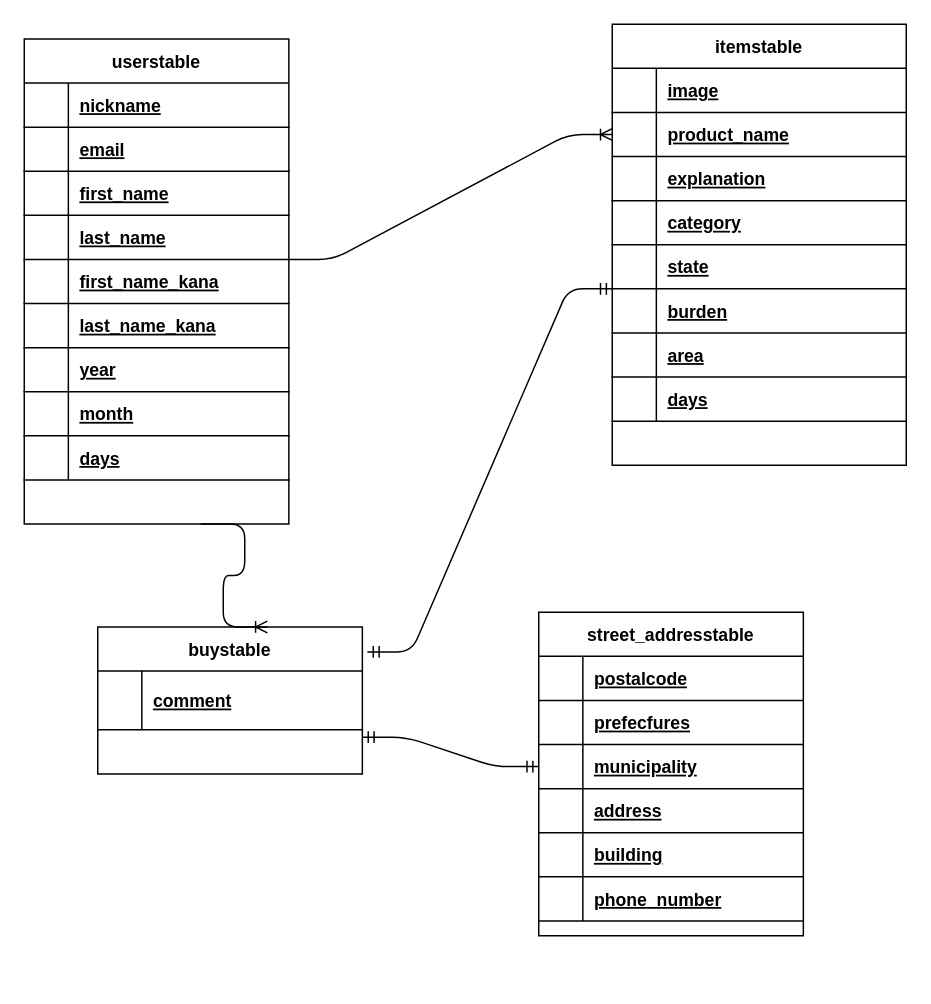
fujisakiyuu/furima-33487 keeps this draw.io diagram as test.dio. Above is the earlier version. Source tidied: cells renumbered, new cells numbered last; positions are measured from the earlier drawing's top-left corner, leaving out a move shared by most shapes. Both pictures are drawn from the tidied source at 147%, with x=0, y=0 at pixel (24, 24).
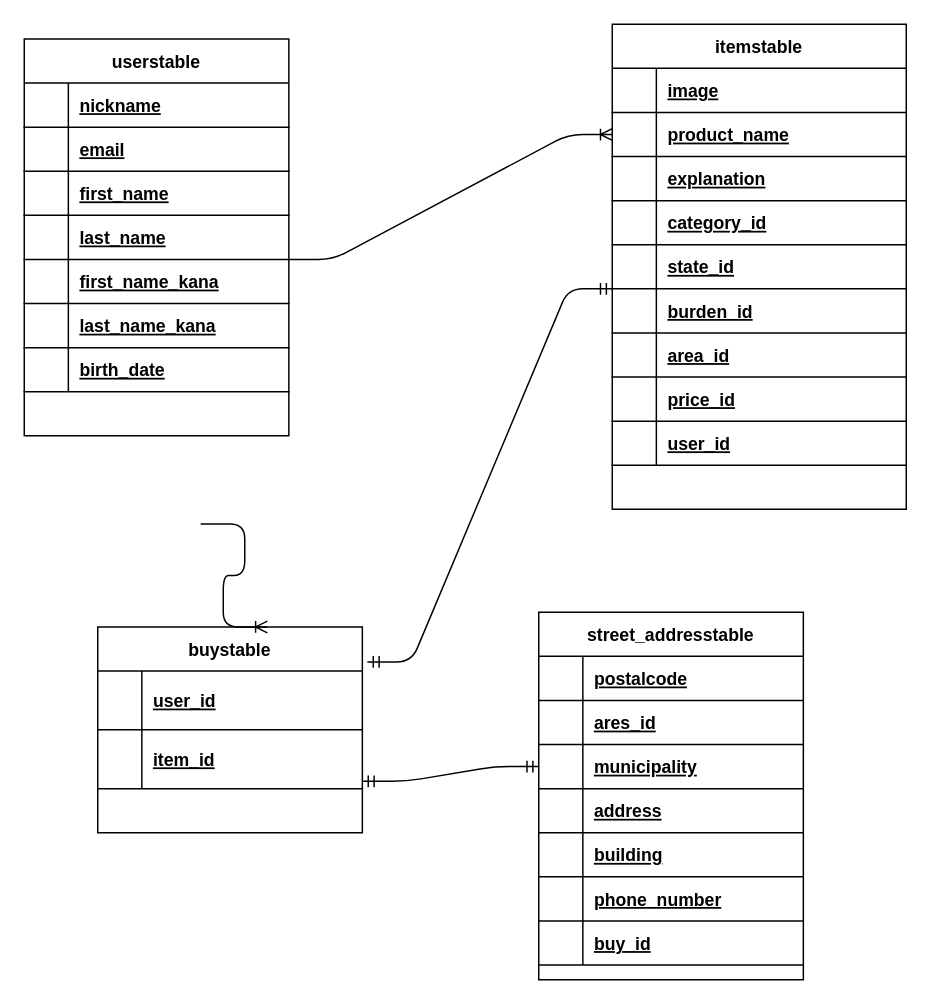
The same page after the edit.

The change refers to these unchanged cells:
```xml
<mxCell id="12" style="shape=partialRectangle;fillColor=none;top=0;left=0;bottom=1;right=0;" parent="2" vertex="1">
  <mxGeometry y="120" width="200" height="30" as="geometry" />
</mxCell>
<mxCell id="15" style="shape=partialRectangle;fillColor=none;top=0;left=0;bottom=1;right=0;" parent="2" vertex="1">
  <mxGeometry y="150" width="200" height="30" as="geometry" />
</mxCell>
<mxCell id="18" style="shape=partialRectangle;fillColor=none;top=0;left=0;bottom=1;right=0;points=[[0,0.5],[1,0.5]];portConstraint=eastwest;" parent="2" vertex="1">
  <mxGeometry y="180" width="200" height="30" as="geometry" />
</mxCell>
<mxCell id="21" style="shape=partialRectangle;fillColor=none;top=0;left=0;bottom=1;right=0;" parent="2" vertex="1">
  <mxGeometry y="210" width="200" height="30" as="geometry" />
</mxCell>
<mxCell id="24" style="shape=partialRectangle;fillColor=none;top=0;left=0;bottom=1;right=0;" parent="2" vertex="1">
  <mxGeometry y="240" width="200" height="30" as="geometry" />
</mxCell>
<mxCell id="46" style="shape=partialRectangle;fillColor=none;top=0;left=0;bottom=1;right=0;" parent="27" vertex="1">
  <mxGeometry y="210" width="180" height="30" as="geometry" />
</mxCell>
<mxCell id="57" style="shape=partialRectangle;fillColor=none;top=0;left=0;bottom=1;right=0;" parent="56" vertex="1">
  <mxGeometry y="30" width="180" height="40" as="geometry" />
</mxCell>
<mxCell id="64" style="shape=partialRectangle;fillColor=none;top=0;left=0;bottom=1;right=0;" parent="60" vertex="1">
  <mxGeometry y="60" width="180" height="30" as="geometry" />
</mxCell>
```

Change to the diagram source:
```diff
@@
     <mxCell id="2" value="itemstable" style="shape=table;startSize=30;childLayout=tableLayout;rowLines=0;fontStyle=1;align=center;" parent="1" vertex="1">
-      <mxGeometry x="400" width="200" height="300" as="geometry" />
+      <mxGeometry x="400" width="200" height="330" as="geometry" />
     </mxCell>
@@
-    <mxCell id="14" value="category" style="shape=partialRectangle;fillColor=none;top=0;left=0;bottom=0;right=0;align=left;spacingLeft=6;fontStyle=5;overflow=hidden;" parent="12" vertex="1">
+    <mxCell id="14" value="category_id" style="shape=partialRectangle;fillColor=none;top=0;left=0;bottom=0;right=0;align=left;spacingLeft=6;fontStyle=5;overflow=hidden;" parent="12" vertex="1">
       <mxGeometry x="30" width="170" height="30" as="geometry" />
     </mxCell>
@@
-    <mxCell id="17" value="state" style="shape=partialRectangle;fillColor=none;top=0;left=0;bottom=0;right=0;align=left;spacingLeft=6;fontStyle=5;overflow=hidden;" parent="15" vertex="1">
+    <mxCell id="17" value="state_id" style="shape=partialRectangle;fillColor=none;top=0;left=0;bottom=0;right=0;align=left;spacingLeft=6;fontStyle=5;overflow=hidden;" parent="15" vertex="1">
       <mxGeometry x="30" width="170" height="30" as="geometry" />
     </mxCell>
@@
-    <mxCell id="20" value="burden" style="shape=partialRectangle;fillColor=none;top=0;left=0;bottom=0;right=0;align=left;spacingLeft=6;fontStyle=5;overflow=hidden;" parent="18" vertex="1">
+    <mxCell id="20" value="burden_id" style="shape=partialRectangle;fillColor=none;top=0;left=0;bottom=0;right=0;align=left;spacingLeft=6;fontStyle=5;overflow=hidden;" parent="18" vertex="1">
       <mxGeometry x="30" width="170" height="30" as="geometry" />
     </mxCell>
@@
-    <mxCell id="23" value="area" style="shape=partialRectangle;fillColor=none;top=0;left=0;bottom=0;right=0;align=left;spacingLeft=6;fontStyle=5;overflow=hidden;" parent="21" vertex="1">
+    <mxCell id="23" value="area_id" style="shape=partialRectangle;fillColor=none;top=0;left=0;bottom=0;right=0;align=left;spacingLeft=6;fontStyle=5;overflow=hidden;" parent="21" vertex="1">
       <mxGeometry x="30" width="170" height="30" as="geometry" />
     </mxCell>
@@
-    <mxCell id="26" value="days" style="shape=partialRectangle;fillColor=none;top=0;left=0;bottom=0;right=0;align=left;spacingLeft=6;fontStyle=5;overflow=hidden;" parent="24" vertex="1">
+    <mxCell id="26" value="price_id" style="shape=partialRectangle;fillColor=none;top=0;left=0;bottom=0;right=0;align=left;spacingLeft=6;fontStyle=5;overflow=hidden;" parent="24" vertex="1">
       <mxGeometry x="30" width="170" height="30" as="geometry" />
     </mxCell>
+    <mxCell id="82" style="shape=partialRectangle;fillColor=none;top=0;left=0;bottom=1;right=0;" parent="2" vertex="1">
+      <mxGeometry y="270" width="200" height="30" as="geometry" />
+    </mxCell>
+    <mxCell id="83" style="shape=partialRectangle;fillColor=none;top=0;left=0;bottom=0;right=0;fontStyle=1;overflow=hidden;" parent="82" vertex="1">
+      <mxGeometry width="30" height="30" as="geometry" />
+    </mxCell>
+    <mxCell id="84" value="user_id" style="shape=partialRectangle;fillColor=none;top=0;left=0;bottom=0;right=0;align=left;spacingLeft=6;fontStyle=5;overflow=hidden;" parent="82" vertex="1">
+      <mxGeometry x="30" width="170" height="30" as="geometry" />
+    </mxCell>
     <mxCell id="27" value="userstable" style="shape=table;startSize=30;childLayout=tableLayout;rowLines=0;fontStyle=1;align=center;" parent="1" vertex="1">
-      <mxGeometry y="10" width="180" height="330" as="geometry" />
+      <mxGeometry y="10" width="180" height="270" as="geometry" />
     </mxCell>
@@
-    <mxCell id="48" value="year" style="shape=partialRectangle;fillColor=none;top=0;left=0;bottom=0;right=0;align=left;spacingLeft=6;fontStyle=5;overflow=hidden;" parent="46" vertex="1">
+    <mxCell id="48" value="birth_date" style="shape=partialRectangle;fillColor=none;top=0;left=0;bottom=0;right=0;align=left;spacingLeft=6;fontStyle=5;overflow=hidden;" parent="46" vertex="1">
       <mxGeometry x="30" width="150" height="30" as="geometry" />
     </mxCell>
-    <mxCell id="49" style="shape=partialRectangle;fillColor=none;top=0;left=0;bottom=1;right=0;" parent="27" vertex="1">
-      <mxGeometry y="240" width="180" height="30" as="geometry" />
-    </mxCell>
-    <mxCell id="50" style="shape=partialRectangle;fillColor=none;top=0;left=0;bottom=0;right=0;fontStyle=1;overflow=hidden;" parent="49" vertex="1">
-      <mxGeometry width="30" height="30" as="geometry" />
-    </mxCell>
-    <mxCell id="51" value="month" style="shape=partialRectangle;fillColor=none;top=0;left=0;bottom=0;right=0;align=left;spacingLeft=6;fontStyle=5;overflow=hidden;" parent="49" vertex="1">
-      <mxGeometry x="30" width="150" height="30" as="geometry" />
-    </mxCell>
-    <mxCell id="52" style="shape=partialRectangle;fillColor=none;top=0;left=0;bottom=1;right=0;" parent="27" vertex="1">
-      <mxGeometry y="270" width="180" height="30" as="geometry" />
-    </mxCell>
-    <mxCell id="53" style="shape=partialRectangle;fillColor=none;top=0;left=0;bottom=0;right=0;fontStyle=1;overflow=hidden;" parent="52" vertex="1">
-      <mxGeometry width="30" height="30" as="geometry" />
-    </mxCell>
-    <mxCell id="54" value="days" style="shape=partialRectangle;fillColor=none;top=0;left=0;bottom=0;right=0;align=left;spacingLeft=6;fontStyle=5;overflow=hidden;" parent="52" vertex="1">
-      <mxGeometry x="30" width="150" height="30" as="geometry" />
-    </mxCell>
@@
     <mxCell id="56" value="buystable" style="shape=table;startSize=30;childLayout=tableLayout;rowLines=0;fontStyle=1;align=center;" parent="1" vertex="1">
-      <mxGeometry x="50" y="410" width="180" height="100" as="geometry" />
+      <mxGeometry x="50" y="410" width="180" height="140" as="geometry" />
     </mxCell>
@@
-    <mxCell id="59" value="comment" style="shape=partialRectangle;fillColor=none;top=0;left=0;bottom=0;right=0;align=left;spacingLeft=6;fontStyle=5;overflow=hidden;" parent="57" vertex="1">
+    <mxCell id="59" value="user_id" style="shape=partialRectangle;fillColor=none;top=0;left=0;bottom=0;right=0;align=left;spacingLeft=6;fontStyle=5;overflow=hidden;" parent="57" vertex="1">
       <mxGeometry x="30" width="150" height="40" as="geometry" />
     </mxCell>
+    <mxCell id="85" style="shape=partialRectangle;fillColor=none;top=0;left=0;bottom=1;right=0;" parent="56" vertex="1">
+      <mxGeometry y="70" width="180" height="40" as="geometry" />
+    </mxCell>
+    <mxCell id="86" style="shape=partialRectangle;fillColor=none;top=0;left=0;bottom=0;right=0;fontStyle=1;overflow=hidden;" parent="85" vertex="1">
+      <mxGeometry width="30" height="40" as="geometry" />
+    </mxCell>
+    <mxCell id="87" value="item_id" style="shape=partialRectangle;fillColor=none;top=0;left=0;bottom=0;right=0;align=left;spacingLeft=6;fontStyle=5;overflow=hidden;" parent="85" vertex="1">
+      <mxGeometry x="30" width="150" height="40" as="geometry" />
+    </mxCell>
     <mxCell id="60" value="street_addresstable" style="shape=table;startSize=30;childLayout=tableLayout;rowLines=0;fontStyle=1;align=center;" parent="1" vertex="1">
-      <mxGeometry x="350" y="400" width="180" height="220" as="geometry" />
+      <mxGeometry x="350" y="400" width="180" height="250" as="geometry" />
     </mxCell>
@@
-    <mxCell id="66" value="prefecfures" style="shape=partialRectangle;fillColor=none;top=0;left=0;bottom=0;right=0;align=left;spacingLeft=6;fontStyle=5;overflow=hidden;" parent="64" vertex="1">
+    <mxCell id="66" value="ares_id" style="shape=partialRectangle;fillColor=none;top=0;left=0;bottom=0;right=0;align=left;spacingLeft=6;fontStyle=5;overflow=hidden;" parent="64" vertex="1">
       <mxGeometry x="30" width="150" height="30" as="geometry" />
     </mxCell>
@@
+    <mxCell id="88" style="shape=partialRectangle;fillColor=none;top=0;left=0;bottom=1;right=0;" parent="60" vertex="1">
+      <mxGeometry y="210" width="180" height="30" as="geometry" />
+    </mxCell>
+    <mxCell id="89" style="shape=partialRectangle;fillColor=none;top=0;left=0;bottom=0;right=0;fontStyle=1;overflow=hidden;" parent="88" vertex="1">
+      <mxGeometry width="30" height="30" as="geometry" />
+    </mxCell>
+    <mxCell id="90" value="buy_id" style="shape=partialRectangle;fillColor=none;top=0;left=0;bottom=0;right=0;align=left;spacingLeft=6;fontStyle=5;overflow=hidden;" parent="88" vertex="1">
+      <mxGeometry x="30" width="150" height="30" as="geometry" />
+    </mxCell>
```
